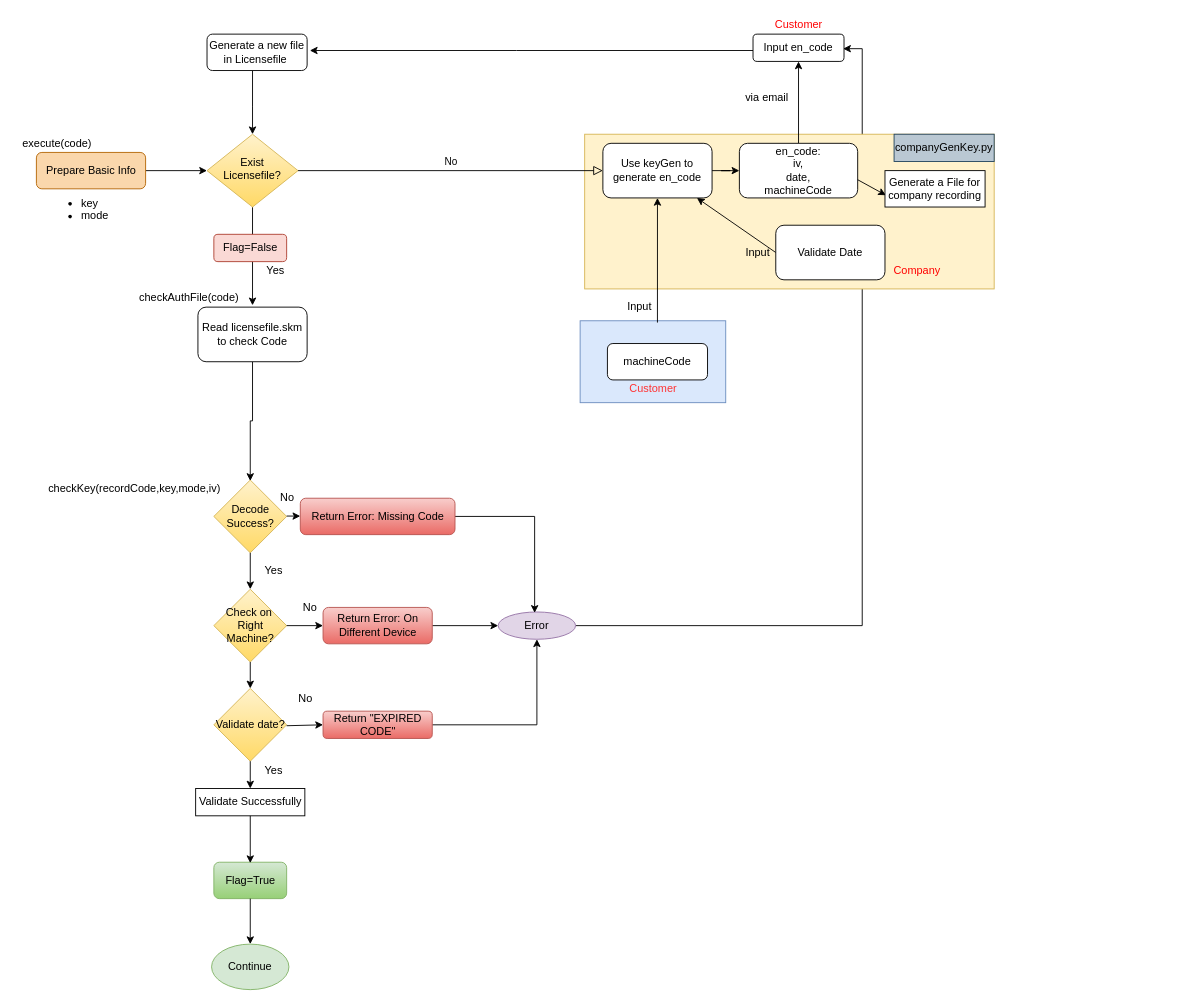
xuunnis123/RegisterCode keeps this draw.io diagram as Untitled Diagram.drawio. Above is the earlier version. Source tidied: cells renumbered, new cells numbered last; positions are measured from the earlier drawing's top-left corner, leaving out a move shared by most shapes. Both pictures are drawn from the tidied source at 91%, with x=0, y=0 at pixel (15, 15).
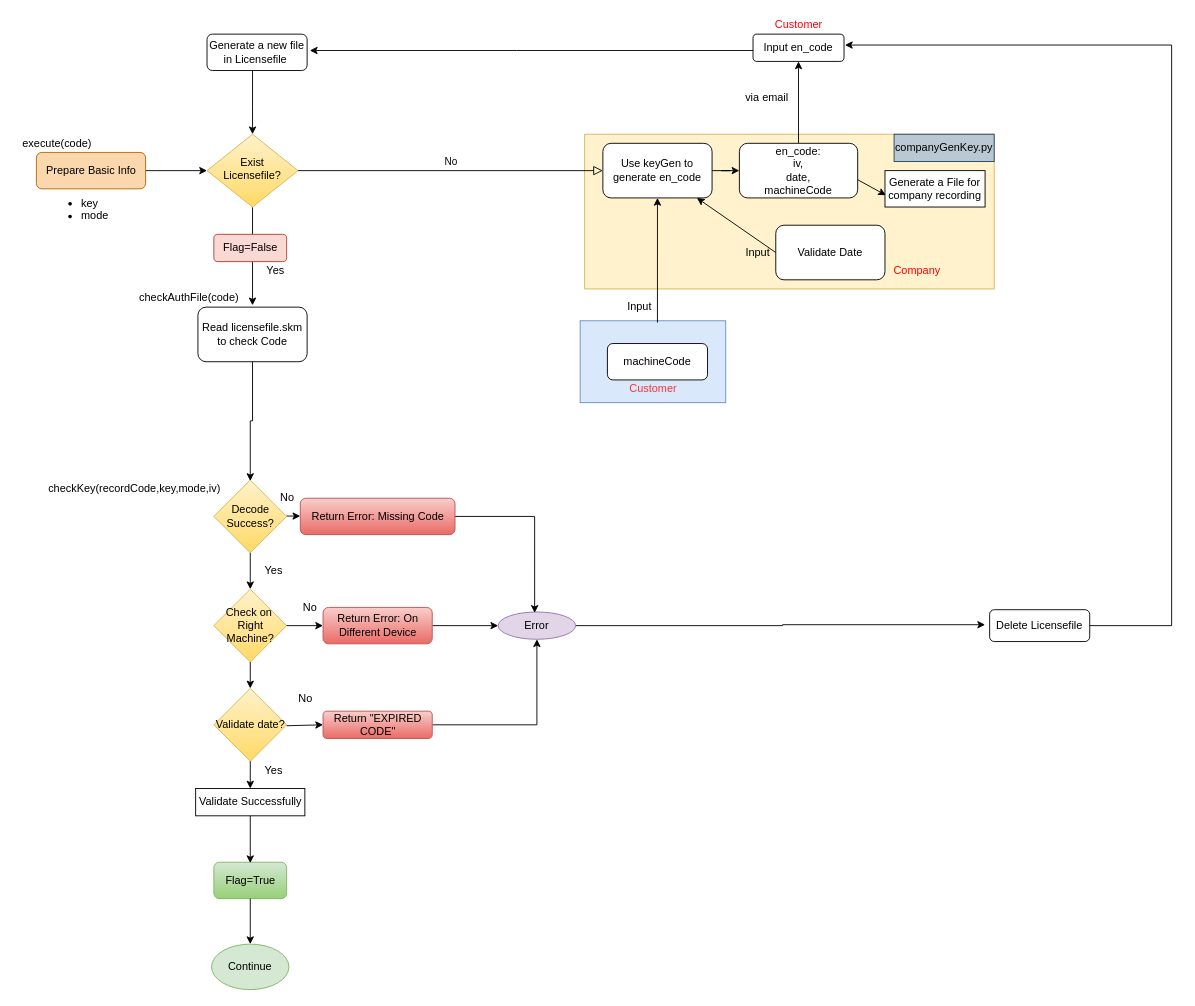
The same diagram, later.

Unchanged cells that the change refers to:
```xml
<mxCell id="22" value="Error" style="ellipse;whiteSpace=wrap;html=1;fillColor=#e1d5e7;strokeColor=#9673a6;" parent="1" vertex="1">
  <mxGeometry x="530" y="655" width="85" height="30" as="geometry" />
</mxCell>
<mxCell id="45" value="Input en_code" style="rounded=1;whiteSpace=wrap;html=1;fontColor=#000000;" parent="44" vertex="1">
  <mxGeometry x="190" y="20" width="100" height="30" as="geometry" />
</mxCell>
```

The edit, as a diff of the source:
```diff
@@
-    <mxCell id="21" style="edgeStyle=orthogonalEdgeStyle;rounded=0;jettySize=auto;html=1;entryX=0.99;entryY=0.533;entryDx=0;entryDy=0;entryPerimeter=0;fontColor=#000000;" parent="1" edge="1" source="22" target="45">
-      <mxGeometry relative="1" as="geometry" />
-    </mxCell>
+    <mxCell id="67" style="edgeStyle=orthogonalEdgeStyle;rounded=0;jettySize=auto;html=1;entryX=-0.045;entryY=0.471;entryDx=0;entryDy=0;entryPerimeter=0;fontColor=#000000;" parent="1" edge="1" source="22" target="69">
+      <mxGeometry relative="1" as="geometry" />
+    </mxCell>
@@
+    <mxCell id="68" style="edgeStyle=orthogonalEdgeStyle;rounded=0;jettySize=auto;html=1;fontColor=#000000;entryX=1.01;entryY=0.4;entryDx=0;entryDy=0;entryPerimeter=0;" parent="1" edge="1" source="69" target="45">
+      <mxGeometry relative="1" as="geometry">
+        <Array as="points">
+          <mxPoint x="1270" y="670" />
+          <mxPoint x="1270" y="32" />
+        </Array>
+      </mxGeometry>
+    </mxCell>
+    <mxCell id="69" value="Delete Licensefile" style="rounded=1;whiteSpace=wrap;html=1;fontColor=#000000;" parent="1" vertex="1">
+      <mxGeometry x="1070" y="652.5" width="110" height="35" as="geometry" />
+    </mxCell>
```
